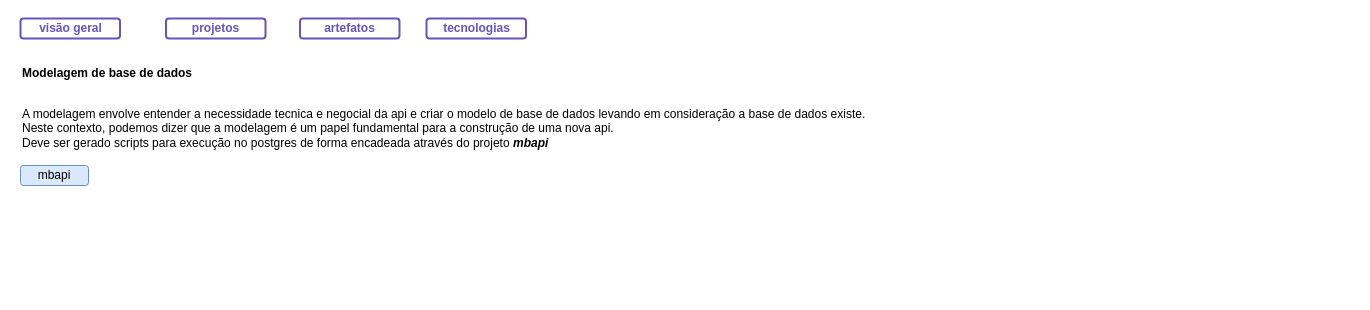
Before: page "Modelagem de base de dados" (6 of 18) of as-is-mock-bank.drawio in andretrindade/mock-bank-project, a draw.io diagram. Source tidied: cells renumbered, new cells numbered last; positions are measured from the earlier drawing's top-left corner, leaving out a move shared by most shapes. Both pictures are drawn from the tidied source at 100%, with x=0, y=0 at pixel (20, 18).
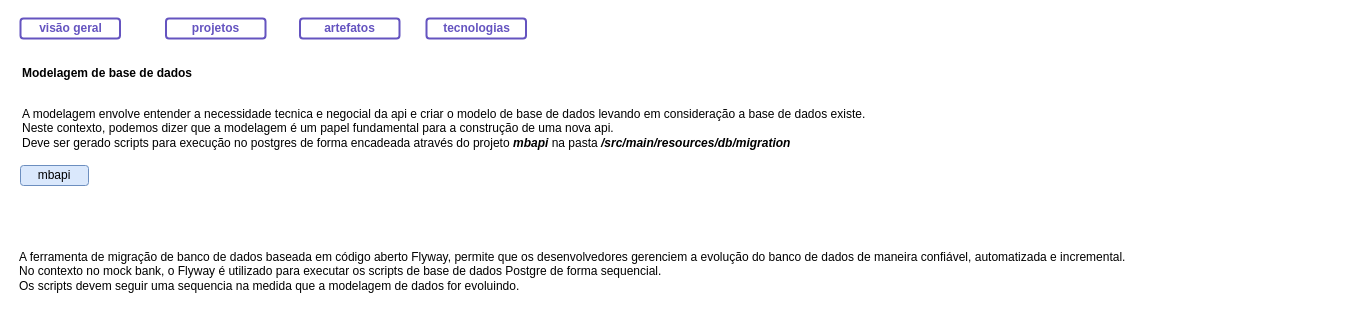
The same page after the edit.

Change to the diagram source:
```diff
@@
 <mxGraphModel>
   <root>
     <mxCell id="0" />
     <mxCell id="1" parent="0" />
     <mxCell id="2" value="Modelagem de base de dados" style="text;html=1;align=left;verticalAlign=middle;whiteSpace=wrap;rounded=0;fontStyle=1;" parent="1" vertex="1">
       <mxGeometry y="40" width="220" height="30" as="geometry" />
     </mxCell>
-    <mxCell id="3" value="A modelagem envolve entender a necessidade tecnica e negocial da api e criar o modelo de base de dados levando em consideração a base de dados existe.&lt;div&gt;Neste contexto, podemos dizer que a modelagem é um papel fundamental para a construção de uma nova api.&lt;br&gt;Deve ser gerado scripts para execução no postgres de forma encadeada através do projeto &lt;b&gt;&lt;i&gt;mbapi&lt;/i&gt;&lt;/b&gt;&lt;/div&gt;" style="text;html=1;align=left;verticalAlign=middle;whiteSpace=wrap;rounded=0;" parent="1" vertex="1">
-      <mxGeometry y="60" width="870" height="100" as="geometry" />
+    <mxCell id="3" value="A modelagem envolve entender a necessidade tecnica e negocial da api e criar o modelo de base de dados levando em consideração a base de dados existe.&lt;div&gt;Neste contexto, podemos dizer que a modelagem é um papel fundamental para a construção de uma nova api.&lt;br&gt;Deve ser gerado scripts para execução no postgres de forma encadeada através do projeto &lt;i style=&quot;font-weight: bold;&quot;&gt;mbapi &lt;/i&gt;na pasta&lt;i style=&quot;font-weight: bold;&quot;&gt; /src/main/resources/db/migration&lt;/i&gt;&lt;/div&gt;" style="text;html=1;align=left;verticalAlign=middle;whiteSpace=wrap;rounded=0;" parent="1" vertex="1">
+      <mxGeometry y="60" width="908" height="100" as="geometry" />
     </mxCell>
     <mxCell id="4" value="mbapi" style="rounded=1;whiteSpace=wrap;html=1;fillColor=#dae8fc;strokeColor=#6c8ebf;" parent="1" vertex="1">
       <mxGeometry y="147" width="68" height="20" as="geometry" />
     </mxCell>
     <mxCell id="5" value="visão geral" style="dashed=0;html=1;rounded=1;strokeColor=#6554C0;fontSize=12;align=center;fontStyle=1;strokeWidth=2;fontColor=#6554C0;" parent="1" vertex="1">
       <mxGeometry width="99.5" height="20" as="geometry" />
     </mxCell>
     <mxCell id="6" value="projetos" style="dashed=0;html=1;rounded=1;strokeColor=#6554C0;fontSize=12;align=center;fontStyle=1;strokeWidth=2;fontColor=#6554C0;" parent="1" vertex="1">
       <mxGeometry x="145.5" width="99.5" height="20" as="geometry" />
     </mxCell>
     <mxCell id="7" value="artefatos" style="dashed=0;html=1;rounded=1;strokeColor=#6554C0;fontSize=12;align=center;fontStyle=1;strokeWidth=2;fontColor=#6554C0;" parent="1" vertex="1">
       <mxGeometry x="279.5" width="99.5" height="20" as="geometry" />
     </mxCell>
     <mxCell id="8" value="tecnologias" style="dashed=0;html=1;rounded=1;strokeColor=#6554C0;fontSize=12;align=center;fontStyle=1;strokeWidth=2;fontColor=#6554C0;" parent="1" vertex="1">
       <mxGeometry x="406" width="99.5" height="20" as="geometry" />
     </mxCell>
+    <mxCell id="9" value="&lt;span style=&quot;font-family: Figtree, sans-serif;&quot;&gt;A ferramenta de migração de banco de dados baseada em código aberto Flyway, permite que os desenvolvedores gerenciem a evolução do banco de dados de maneira confiável, automatizada e incremental.&lt;/span&gt;&lt;div&gt;&lt;span style=&quot;font-family: Figtree, sans-serif;&quot;&gt;No contexto no mock bank, o Flyway é utilizado para executar os scripts de base de dados Postgre de forma sequencial.&lt;/span&gt;&lt;/div&gt;&lt;div&gt;&lt;span style=&quot;font-family: Figtree, sans-serif;&quot;&gt;Os scripts devem seguir uma sequencia na medida que a modelagem de dados for evoluindo.&lt;/span&gt;&lt;/div&gt;" style="text;html=1;align=left;verticalAlign=middle;whiteSpace=wrap;rounded=0;fontStyle=0;fontColor=#000000;labelBackgroundColor=none;fontSize=12;" parent="1" vertex="1">
+      <mxGeometry x="-3" y="238" width="1336" height="30" as="geometry" />
+    </mxCell>
   </root>
 </mxGraphModel>
```
